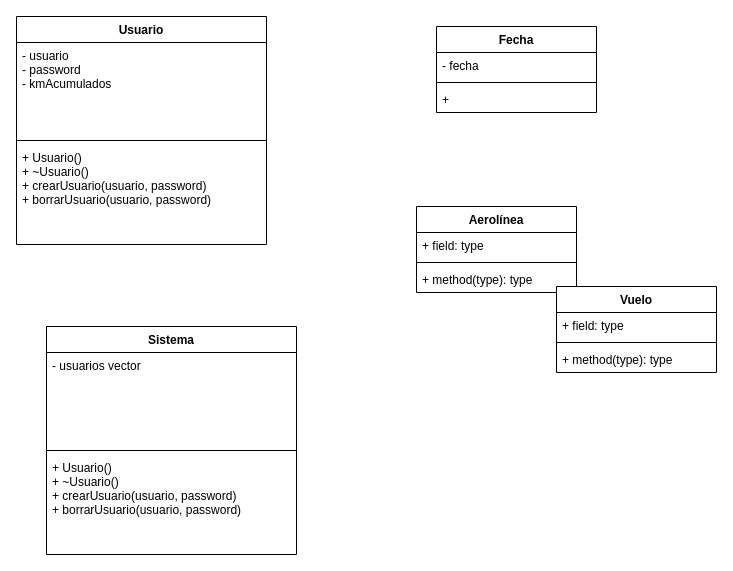
AlexaBF/OOP keeps this draw.io diagram as Proyecto/diagrama.drawio. Above is the earlier version. Source tidied: cells renumbered, new cells numbered last; positions are measured from the earlier drawing's top-left corner, leaving out a move shared by most shapes. Both pictures are drawn from the tidied source at 100%, with x=0, y=0 at pixel (16, 16).
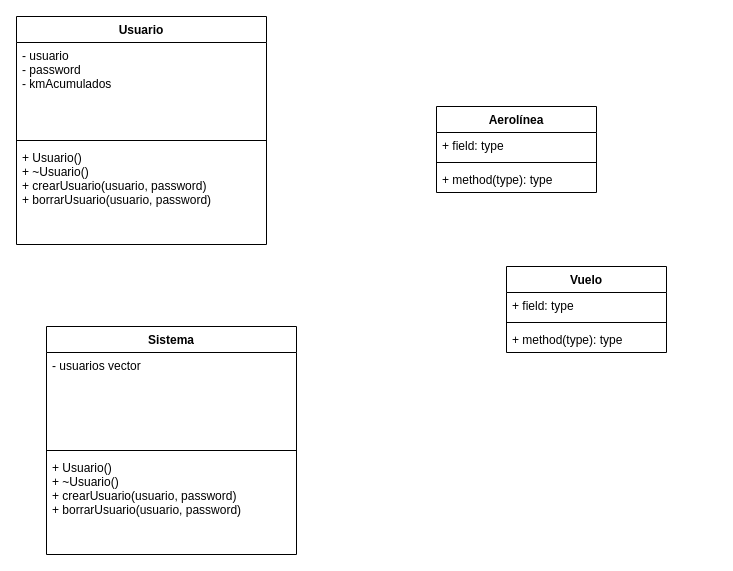
The same page after the edit.

Commit message:
actualización diagrama

Diff of the diagram source:
```diff
@@
-    <mxCell id="6" value="Fecha" style="swimlane;fontStyle=1;align=center;verticalAlign=top;horizontal=1;startSize=26;" parent="1" vertex="1">
-      <mxGeometry x="420" y="10" width="160" height="86" as="geometry" />
-    </mxCell>
-    <mxCell id="7" value="- fecha" style="text;strokeColor=none;fillColor=none;align=left;verticalAlign=top;spacingLeft=4;spacingRight=4;overflow=hidden;" parent="6" vertex="1">
-      <mxGeometry y="26" width="160" height="26" as="geometry" />
-    </mxCell>
-    <mxCell id="8" style="line;strokeWidth=1;fillColor=none;align=left;verticalAlign=middle;spacingTop=-1;spacingLeft=3;spacingRight=3;labelPosition=right;strokeColor=inherit;" parent="6" vertex="1">
-      <mxGeometry y="52" width="160" height="8" as="geometry" />
-    </mxCell>
-    <mxCell id="9" value="+ " style="text;strokeColor=none;fillColor=none;align=left;verticalAlign=top;spacingLeft=4;spacingRight=4;overflow=hidden;" parent="6" vertex="1">
-      <mxGeometry y="60" width="160" height="26" as="geometry" />
-    </mxCell>
     <mxCell id="10" value="Aerolínea" style="swimlane;fontStyle=1;align=center;verticalAlign=top;horizontal=1;startSize=26;" parent="1" vertex="1">
-      <mxGeometry x="400" y="190" width="160" height="86" as="geometry" />
+      <mxGeometry x="420" y="90" width="160" height="86" as="geometry" />
     </mxCell>
@@
     <mxCell id="14" value="Vuelo" style="swimlane;fontStyle=1;align=center;verticalAlign=top;horizontal=1;startSize=26;" parent="1" vertex="1">
-      <mxGeometry x="540" y="270" width="160" height="86" as="geometry" />
+      <mxGeometry x="490" y="250" width="160" height="86" as="geometry" />
     </mxCell>
```
